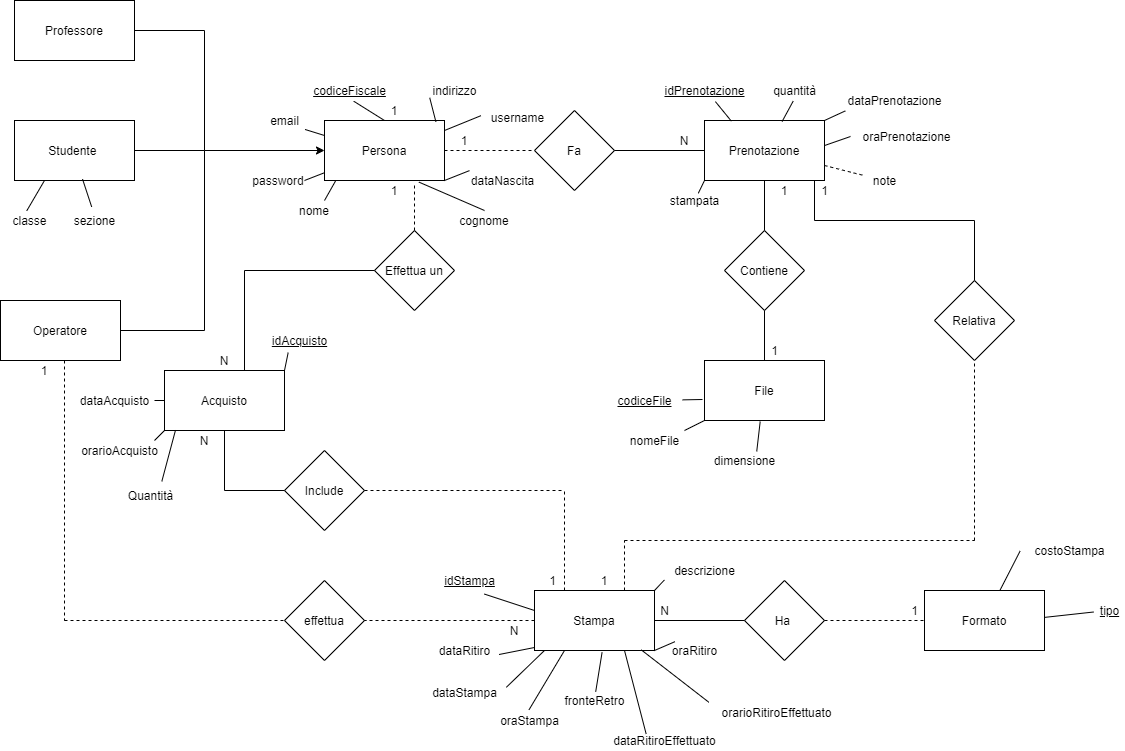
Earlier version of the draw.io export Documentazione/Documentazione/Progettazione/ER .png (Depog/ProgettoInformatica). Source tidied: cells renumbered, new cells last; positions are measured from the earlier drawing's top-left corner, leaving out a move shared by most shapes.
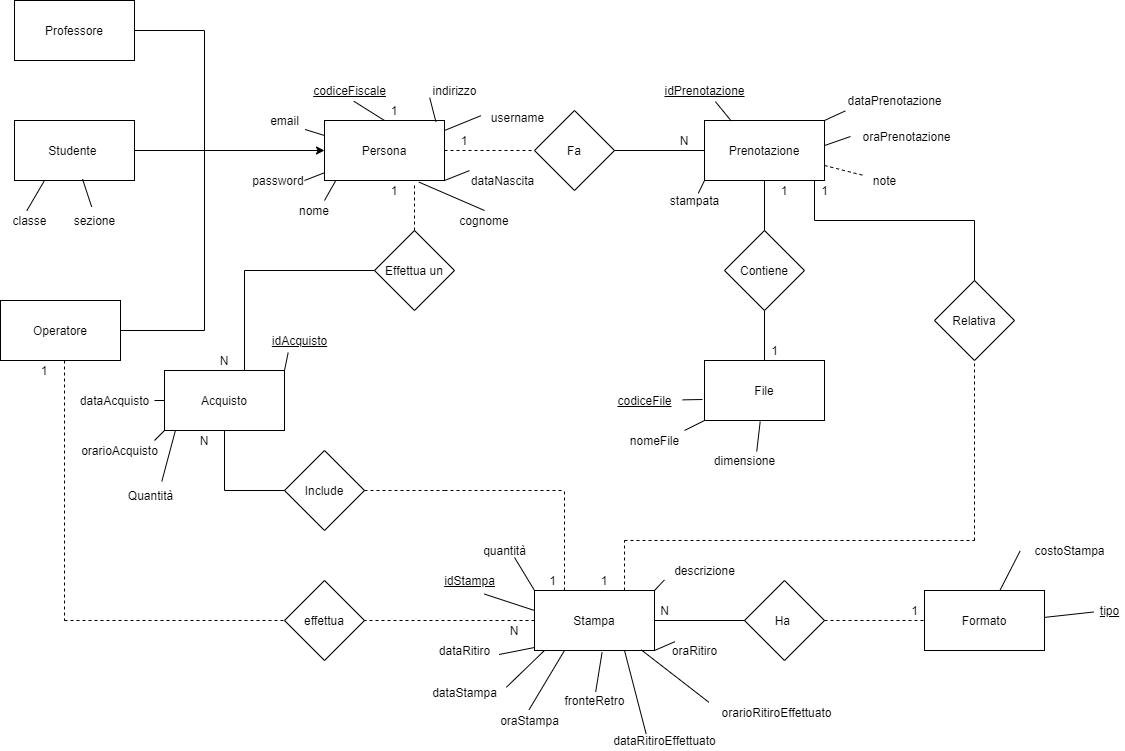
After the commit.

The edit, as a diff of the source:
```diff
@@ -122,9 +122,6 @@
     <mxCell id="39" value="&lt;u&gt;idPrenotazione&lt;/u&gt;" style="text;html=1;align=center;verticalAlign=middle;points=[];" parent="1" vertex="1">
       <mxGeometry x="654" y="80" width="100" height="20" as="geometry" />
     </mxCell>
-    <mxCell id="40" value="quantità" style="text;html=1;align=center;verticalAlign=middle;points=[];" parent="1" vertex="1">
-      <mxGeometry x="764" y="80" width="60" height="20" as="geometry" />
-    </mxCell>
     <mxCell id="41" value="dataPrenotazione" style="text;html=1;align=center;verticalAlign=middle;points=[];" parent="1" vertex="1">
       <mxGeometry x="839" y="90" width="110" height="20" as="geometry" />
     </mxCell>
@@ -140,9 +137,6 @@
     <mxCell id="45" style="endArrow=none;html=1;entryX=0.609;entryY=1.056;entryDx=0;entryDy=0;entryPerimeter=0;exitX=0.224;exitY=0.011;exitDx=0;exitDy=0;exitPerimeter=0;" parent="1" edge="1" source="2" target="39">
       <mxGeometry relative="1" as="geometry" />
     </mxCell>
-    <mxCell id="46" style="endArrow=none;html=1;entryX=0.478;entryY=1.032;entryDx=0;entryDy=0;entryPerimeter=0;exitX=0.647;exitY=0.016;exitDx=0;exitDy=0;exitPerimeter=0;" parent="1" edge="1" source="2" target="40">
-      <mxGeometry relative="1" as="geometry" />
-    </mxCell>
     <mxCell id="47" style="endArrow=none;html=1;entryX=0.053;entryY=1.02;entryDx=0;entryDy=0;entryPerimeter=0;exitX=1;exitY=0;exitDx=0;exitDy=0;" parent="1" edge="1" source="2" target="41">
       <mxGeometry relative="1" as="geometry" />
     </mxCell>
@@ -454,5 +448,11 @@
     <mxCell id="129" style="endArrow=none;html=1;entryX=0.89;entryY=0.99;entryDx=0;entryDy=0;entryPerimeter=0;exitX=-0.02;exitY=-0.01;exitDx=0;exitDy=0;exitPerimeter=0;" parent="1" edge="1" source="128" target="10">
       <mxGeometry relative="1" as="geometry" />
     </mxCell>
+    <mxCell id="40" value="quantità" style="text;html=1;align=center;verticalAlign=middle;points=[];" parent="1" vertex="1">
+      <mxGeometry x="474" y="540" width="60" height="20" as="geometry" />
+    </mxCell>
+    <mxCell id="130" style="endArrow=none;html=1;entryX=0;entryY=0;entryDx=0;entryDy=0;exitX=0.667;exitY=0.85;exitDx=0;exitDy=0;exitPerimeter=0;" parent="1" edge="1" source="40" target="10">
+      <mxGeometry relative="1" as="geometry" />
+    </mxCell>
   </root>
 </mxGraphModel>
```
